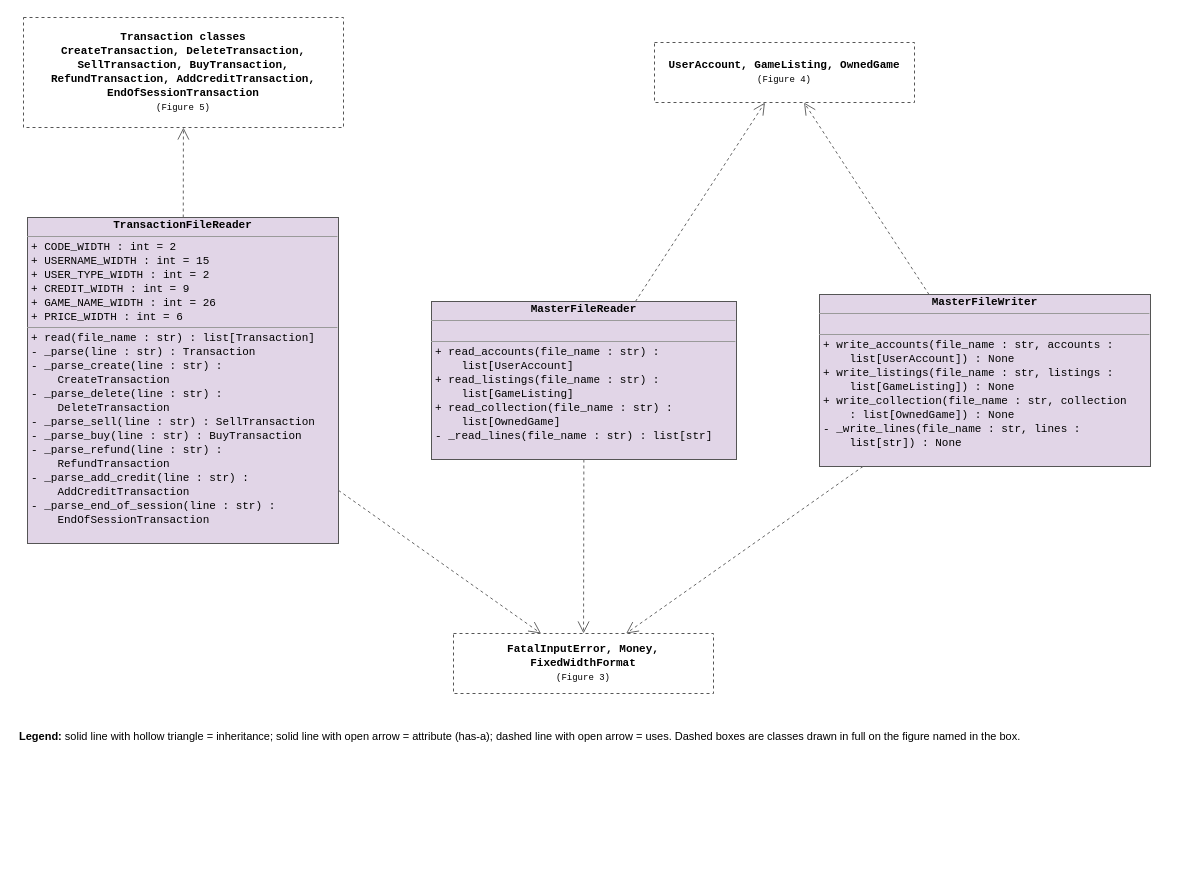
DavidZajac123/Software-Quality-Assurance-Group-15 keeps this draw.io diagram as page "Figure 6 - File input and output" (6 of 7) of phase4/design/backend.drawio. Above is the earlier version. Source tidied: cells renumbered, new cells numbered last; positions are measured from the earlier drawing's top-left corner, leaving out a move shared by most shapes. Both pictures are drawn from the tidied source at 100%, with x=0, y=0 at pixel (17, 17).
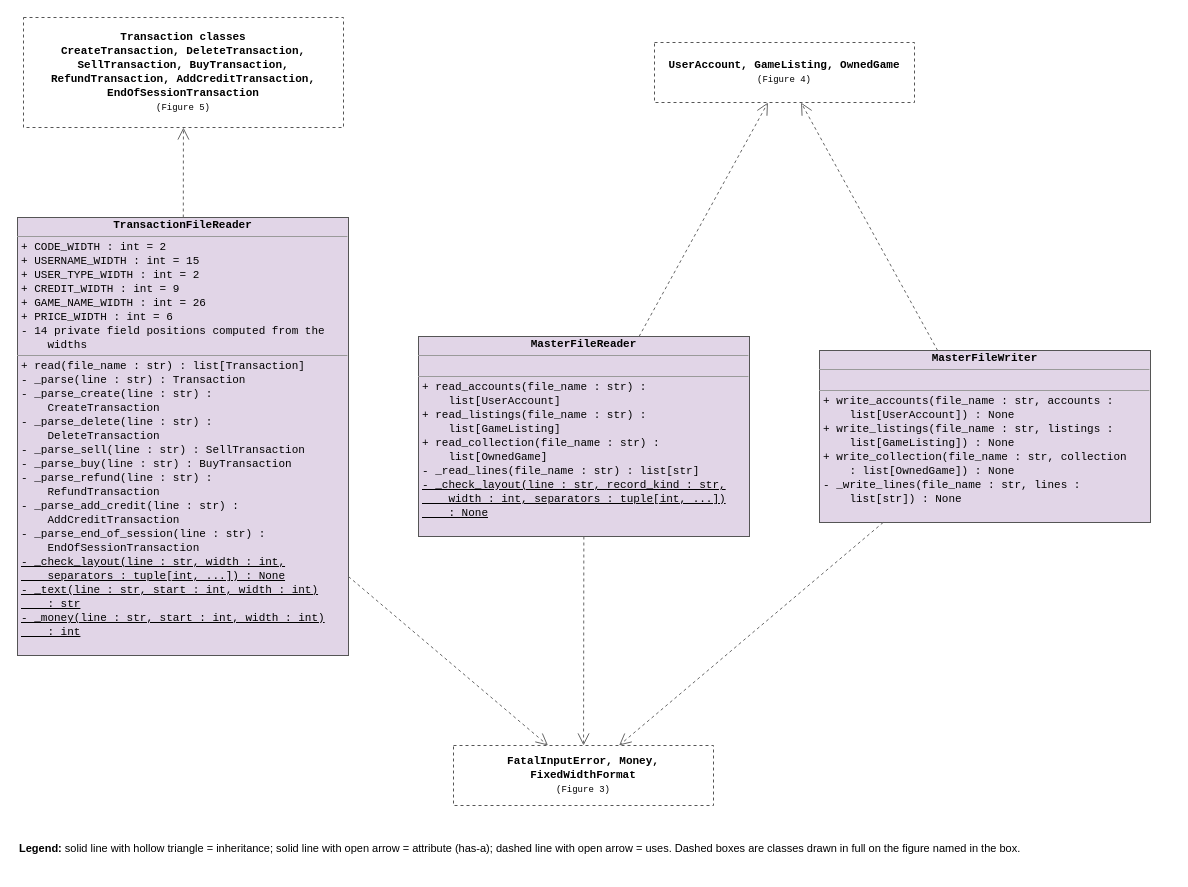
After the change.

Commit message (it also covers changes not shown here):
Phase 4: Figure 3 & 6 fix and UML diagram source file after the merged file I/O code

Diff of the diagram source:
```diff
@@
 <mxGraphModel>
   <root>
     <mxCell id="0" />
     <mxCell id="1" parent="0" />
     <mxCell id="2" value="&lt;p style=&quot;margin:0;line-height:14px;&quot;&gt;&lt;b&gt;Transaction classes&lt;br&gt;CreateTransaction, DeleteTransaction, SellTransaction, BuyTransaction, RefundTransaction, AddCreditTransaction, EndOfSessionTransaction&lt;/b&gt;&lt;br&gt;&lt;span style=&quot;font-size:9px;&quot;&gt;(Figure 5)&lt;/span&gt;&lt;/p&gt;" style="html=1;whiteSpace=wrap;fontFamily=Courier New;fontSize=11;strokeColor=#555555;fillColor=#ffffff;align=center;verticalAlign=middle;dashed=1;" parent="1" vertex="1">
       <mxGeometry x="6" width="320" height="110" as="geometry" />
     </mxCell>
     <mxCell id="3" value="&lt;p style=&quot;margin:0;line-height:14px;&quot;&gt;&lt;b&gt;UserAccount, GameListing, OwnedGame&lt;/b&gt;&lt;br&gt;&lt;span style=&quot;font-size:9px;&quot;&gt;(Figure 4)&lt;/span&gt;&lt;/p&gt;" style="html=1;whiteSpace=wrap;fontFamily=Courier New;fontSize=11;strokeColor=#555555;fillColor=#ffffff;align=center;verticalAlign=middle;dashed=1;" parent="1" vertex="1">
       <mxGeometry x="637" y="25" width="260" height="60" as="geometry" />
     </mxCell>
-    <mxCell id="4" value="&lt;p style=&quot;margin:0;text-align:center;line-height:16px;&quot;&gt;&lt;b&gt;TransactionFileReader&lt;/b&gt;&lt;/p&gt;&lt;hr size=&quot;1&quot; style=&quot;margin:3px 0;&quot;&gt;&lt;p style=&quot;margin:0 0 0 4px;line-height:14px;&quot;&gt;+ CODE_WIDTH : int = 2&lt;br&gt;+ USERNAME_WIDTH : int = 15&lt;br&gt;+ USER_TYPE_WIDTH : int = 2&lt;br&gt;+ CREDIT_WIDTH : int = 9&lt;br&gt;+ GAME_NAME_WIDTH : int = 26&lt;br&gt;+ PRICE_WIDTH : int = 6&lt;/p&gt;&lt;hr size=&quot;1&quot; style=&quot;margin:3px 0;&quot;&gt;&lt;p style=&quot;margin:0 0 0 4px;line-height:14px;&quot;&gt;+ read(file_name : str) : list[Transaction]&lt;br&gt;- _parse(line : str) : Transaction&lt;br&gt;- _parse_create(line : str) :&lt;br&gt;&amp;nbsp;&amp;nbsp;&amp;nbsp;&amp;nbsp;CreateTransaction&lt;br&gt;- _parse_delete(line : str) :&lt;br&gt;&amp;nbsp;&amp;nbsp;&amp;nbsp;&amp;nbsp;DeleteTransaction&lt;br&gt;- _parse_sell(line : str) : SellTransaction&lt;br&gt;- _parse_buy(line : str) : BuyTransaction&lt;br&gt;- _parse_refund(line : str) :&lt;br&gt;&amp;nbsp;&amp;nbsp;&amp;nbsp;&amp;nbsp;RefundTransaction&lt;br&gt;- _parse_add_credit(line : str) :&lt;br&gt;&amp;nbsp;&amp;nbsp;&amp;nbsp;&amp;nbsp;AddCreditTransaction&lt;br&gt;- _parse_end_of_session(line : str) :&lt;br&gt;&amp;nbsp;&amp;nbsp;&amp;nbsp;&amp;nbsp;EndOfSessionTransaction&lt;/p&gt;" style="html=1;whiteSpace=wrap;fontFamily=Courier New;fontSize=11;strokeColor=#555555;fillColor=#e1d5e7;align=left;verticalAlign=top;overflow=fill;" parent="1" vertex="1">
-      <mxGeometry x="10" y="200" width="311" height="326" as="geometry" />
+    <mxCell id="4" value="&lt;p style=&quot;margin:0;text-align:center;line-height:16px;&quot;&gt;&lt;b&gt;TransactionFileReader&lt;/b&gt;&lt;/p&gt;&lt;hr size=&quot;1&quot; style=&quot;margin:3px 0;&quot;&gt;&lt;p style=&quot;margin:0 0 0 4px;line-height:14px;&quot;&gt;+ CODE_WIDTH : int = 2&lt;br&gt;+ USERNAME_WIDTH : int = 15&lt;br&gt;+ USER_TYPE_WIDTH : int = 2&lt;br&gt;+ CREDIT_WIDTH : int = 9&lt;br&gt;+ GAME_NAME_WIDTH : int = 26&lt;br&gt;+ PRICE_WIDTH : int = 6&lt;br&gt;- 14 private field positions computed from the&lt;br&gt;&amp;nbsp;&amp;nbsp;&amp;nbsp;&amp;nbsp;widths&lt;/p&gt;&lt;hr size=&quot;1&quot; style=&quot;margin:3px 0;&quot;&gt;&lt;p style=&quot;margin:0 0 0 4px;line-height:14px;&quot;&gt;+ read(file_name : str) : list[Transaction]&lt;br&gt;- _parse(line : str) : Transaction&lt;br&gt;- _parse_create(line : str) :&lt;br&gt;&amp;nbsp;&amp;nbsp;&amp;nbsp;&amp;nbsp;CreateTransaction&lt;br&gt;- _parse_delete(line : str) :&lt;br&gt;&amp;nbsp;&amp;nbsp;&amp;nbsp;&amp;nbsp;DeleteTransaction&lt;br&gt;- _parse_sell(line : str) : SellTransaction&lt;br&gt;- _parse_buy(line : str) : BuyTransaction&lt;br&gt;- _parse_refund(line : str) :&lt;br&gt;&amp;nbsp;&amp;nbsp;&amp;nbsp;&amp;nbsp;RefundTransaction&lt;br&gt;- _parse_add_credit(line : str) :&lt;br&gt;&amp;nbsp;&amp;nbsp;&amp;nbsp;&amp;nbsp;AddCreditTransaction&lt;br&gt;- _parse_end_of_session(line : str) :&lt;br&gt;&amp;nbsp;&amp;nbsp;&amp;nbsp;&amp;nbsp;EndOfSessionTransaction&lt;br&gt;&lt;u&gt;- _check_layout(line : str, width : int,&lt;/u&gt;&lt;br&gt;&lt;u&gt;&amp;nbsp;&amp;nbsp;&amp;nbsp;&amp;nbsp;separators : tuple[int, ...]) : None&lt;/u&gt;&lt;br&gt;&lt;u&gt;- _text(line : str, start : int, width : int)&lt;/u&gt;&lt;br&gt;&lt;u&gt;&amp;nbsp;&amp;nbsp;&amp;nbsp;&amp;nbsp;: str&lt;/u&gt;&lt;br&gt;&lt;u&gt;- _money(line : str, start : int, width : int)&lt;/u&gt;&lt;br&gt;&lt;u&gt;&amp;nbsp;&amp;nbsp;&amp;nbsp;&amp;nbsp;: int&lt;/u&gt;&lt;/p&gt;" style="html=1;whiteSpace=wrap;fontFamily=Courier New;fontSize=11;strokeColor=#555555;fillColor=#e1d5e7;align=left;verticalAlign=top;overflow=fill;" parent="1" vertex="1">
+      <mxGeometry y="200" width="331" height="438" as="geometry" />
     </mxCell>
-    <mxCell id="5" value="&lt;p style=&quot;margin:0;text-align:center;line-height:16px;&quot;&gt;&lt;b&gt;MasterFileReader&lt;/b&gt;&lt;/p&gt;&lt;hr size=&quot;1&quot; style=&quot;margin:3px 0;&quot;&gt;&lt;p style=&quot;margin:0 0 0 4px;line-height:14px;&quot;&gt;&amp;nbsp;&lt;/p&gt;&lt;hr size=&quot;1&quot; style=&quot;margin:3px 0;&quot;&gt;&lt;p style=&quot;margin:0 0 0 4px;line-height:14px;&quot;&gt;+ read_accounts(file_name : str) :&lt;br&gt;&amp;nbsp;&amp;nbsp;&amp;nbsp;&amp;nbsp;list[UserAccount]&lt;br&gt;+ read_listings(file_name : str) :&lt;br&gt;&amp;nbsp;&amp;nbsp;&amp;nbsp;&amp;nbsp;list[GameListing]&lt;br&gt;+ read_collection(file_name : str) :&lt;br&gt;&amp;nbsp;&amp;nbsp;&amp;nbsp;&amp;nbsp;list[OwnedGame]&lt;br&gt;- _read_lines(file_name : str) : list[str]&lt;/p&gt;" style="html=1;whiteSpace=wrap;fontFamily=Courier New;fontSize=11;strokeColor=#555555;fillColor=#e1d5e7;align=left;verticalAlign=top;overflow=fill;" parent="1" vertex="1">
-      <mxGeometry x="414" y="284" width="305" height="158" as="geometry" />
+    <mxCell id="5" value="&lt;p style=&quot;margin:0;text-align:center;line-height:16px;&quot;&gt;&lt;b&gt;MasterFileReader&lt;/b&gt;&lt;/p&gt;&lt;hr size=&quot;1&quot; style=&quot;margin:3px 0;&quot;&gt;&lt;p style=&quot;margin:0 0 0 4px;line-height:14px;&quot;&gt;&amp;nbsp;&lt;/p&gt;&lt;hr size=&quot;1&quot; style=&quot;margin:3px 0;&quot;&gt;&lt;p style=&quot;margin:0 0 0 4px;line-height:14px;&quot;&gt;+ read_accounts(file_name : str) :&lt;br&gt;&amp;nbsp;&amp;nbsp;&amp;nbsp;&amp;nbsp;list[UserAccount]&lt;br&gt;+ read_listings(file_name : str) :&lt;br&gt;&amp;nbsp;&amp;nbsp;&amp;nbsp;&amp;nbsp;list[GameListing]&lt;br&gt;+ read_collection(file_name : str) :&lt;br&gt;&amp;nbsp;&amp;nbsp;&amp;nbsp;&amp;nbsp;list[OwnedGame]&lt;br&gt;- _read_lines(file_name : str) : list[str]&lt;br&gt;&lt;u&gt;- _check_layout(line : str, record_kind : str,&lt;/u&gt;&lt;br&gt;&lt;u&gt;&amp;nbsp;&amp;nbsp;&amp;nbsp;&amp;nbsp;width : int, separators : tuple[int, ...])&lt;/u&gt;&lt;br&gt;&lt;u&gt;&amp;nbsp;&amp;nbsp;&amp;nbsp;&amp;nbsp;: None&lt;/u&gt;&lt;/p&gt;" style="html=1;whiteSpace=wrap;fontFamily=Courier New;fontSize=11;strokeColor=#555555;fillColor=#e1d5e7;align=left;verticalAlign=top;overflow=fill;" parent="1" vertex="1">
+      <mxGeometry x="401" y="319" width="331" height="200" as="geometry" />
     </mxCell>
     <mxCell id="6" value="&lt;p style=&quot;margin:0;text-align:center;line-height:16px;&quot;&gt;&lt;b&gt;MasterFileWriter&lt;/b&gt;&lt;/p&gt;&lt;hr size=&quot;1&quot; style=&quot;margin:3px 0;&quot;&gt;&lt;p style=&quot;margin:0 0 0 4px;line-height:14px;&quot;&gt;&amp;nbsp;&lt;/p&gt;&lt;hr size=&quot;1&quot; style=&quot;margin:3px 0;&quot;&gt;&lt;p style=&quot;margin:0 0 0 4px;line-height:14px;&quot;&gt;+ write_accounts(file_name : str, accounts :&lt;br&gt;&amp;nbsp;&amp;nbsp;&amp;nbsp;&amp;nbsp;list[UserAccount]) : None&lt;br&gt;+ write_listings(file_name : str, listings :&lt;br&gt;&amp;nbsp;&amp;nbsp;&amp;nbsp;&amp;nbsp;list[GameListing]) : None&lt;br&gt;+ write_collection(file_name : str, collection&lt;br&gt;&amp;nbsp;&amp;nbsp;&amp;nbsp;&amp;nbsp;: list[OwnedGame]) : None&lt;br&gt;- _write_lines(file_name : str, lines :&lt;br&gt;&amp;nbsp;&amp;nbsp;&amp;nbsp;&amp;nbsp;list[str]) : None&lt;/p&gt;" style="html=1;whiteSpace=wrap;fontFamily=Courier New;fontSize=11;strokeColor=#555555;fillColor=#e1d5e7;align=left;verticalAlign=top;overflow=fill;" parent="1" vertex="1">
-      <mxGeometry x="802" y="277" width="331" height="172" as="geometry" />
+      <mxGeometry x="802" y="333" width="331" height="172" as="geometry" />
     </mxCell>
     <mxCell id="7" value="&lt;p style=&quot;margin:0;line-height:14px;&quot;&gt;&lt;b&gt;FatalInputError, Money, FixedWidthFormat&lt;/b&gt;&lt;br&gt;&lt;span style=&quot;font-size:9px;&quot;&gt;(Figure 3)&lt;/span&gt;&lt;/p&gt;" style="html=1;whiteSpace=wrap;fontFamily=Courier New;fontSize=11;strokeColor=#555555;fillColor=#ffffff;align=center;verticalAlign=middle;dashed=1;" parent="1" vertex="1">
-      <mxGeometry x="436" y="616" width="260" height="60" as="geometry" />
+      <mxGeometry x="436" y="728" width="260" height="60" as="geometry" />
     </mxCell>
     <mxCell id="8" style="endArrow=open;endSize=10;dashed=1;html=1;strokeColor=#666666;fontSize=10;labelBackgroundColor=#ffffff;" parent="1" edge="1" source="5" target="7">
       <mxGeometry relative="1" as="geometry" />
     </mxCell>
     <mxCell id="9" style="endArrow=open;endSize=10;dashed=1;html=1;strokeColor=#666666;fontSize=10;labelBackgroundColor=#ffffff;" parent="1" edge="1" source="5" target="3">
       <mxGeometry relative="1" as="geometry" />
     </mxCell>
     <mxCell id="10" style="endArrow=open;endSize=10;dashed=1;html=1;strokeColor=#666666;fontSize=10;labelBackgroundColor=#ffffff;" parent="1" edge="1" source="6" target="7">
       <mxGeometry relative="1" as="geometry" />
     </mxCell>
     <mxCell id="11" style="endArrow=open;endSize=10;dashed=1;html=1;strokeColor=#666666;fontSize=10;labelBackgroundColor=#ffffff;" parent="1" edge="1" source="6" target="3">
       <mxGeometry relative="1" as="geometry" />
     </mxCell>
     <mxCell id="12" style="endArrow=open;endSize=10;dashed=1;html=1;strokeColor=#666666;fontSize=10;labelBackgroundColor=#ffffff;" parent="1" edge="1" source="4" target="2">
       <mxGeometry relative="1" as="geometry" />
     </mxCell>
     <mxCell id="13" style="endArrow=open;endSize=10;dashed=1;html=1;strokeColor=#666666;fontSize=10;labelBackgroundColor=#ffffff;" parent="1" edge="1" source="4" target="7">
       <mxGeometry relative="1" as="geometry" />
     </mxCell>
     <mxCell id="14" value="&lt;b&gt;Legend:&lt;/b&gt; solid line with hollow triangle = inheritance; solid line with open arrow = attribute (has-a); dashed line with open arrow = uses. Dashed boxes are classes drawn in full on the figure named in the box." style="text;html=1;whiteSpace=wrap;fontFamily=Helvetica;fontSize=11;align=left;verticalAlign=top;strokeColor=none;fillColor=none;" parent="1" vertex="1">
-      <mxGeometry y="706" width="1153" height="34" as="geometry" />
+      <mxGeometry y="818" width="1153" height="34" as="geometry" />
     </mxCell>
   </root>
 </mxGraphModel>
```
